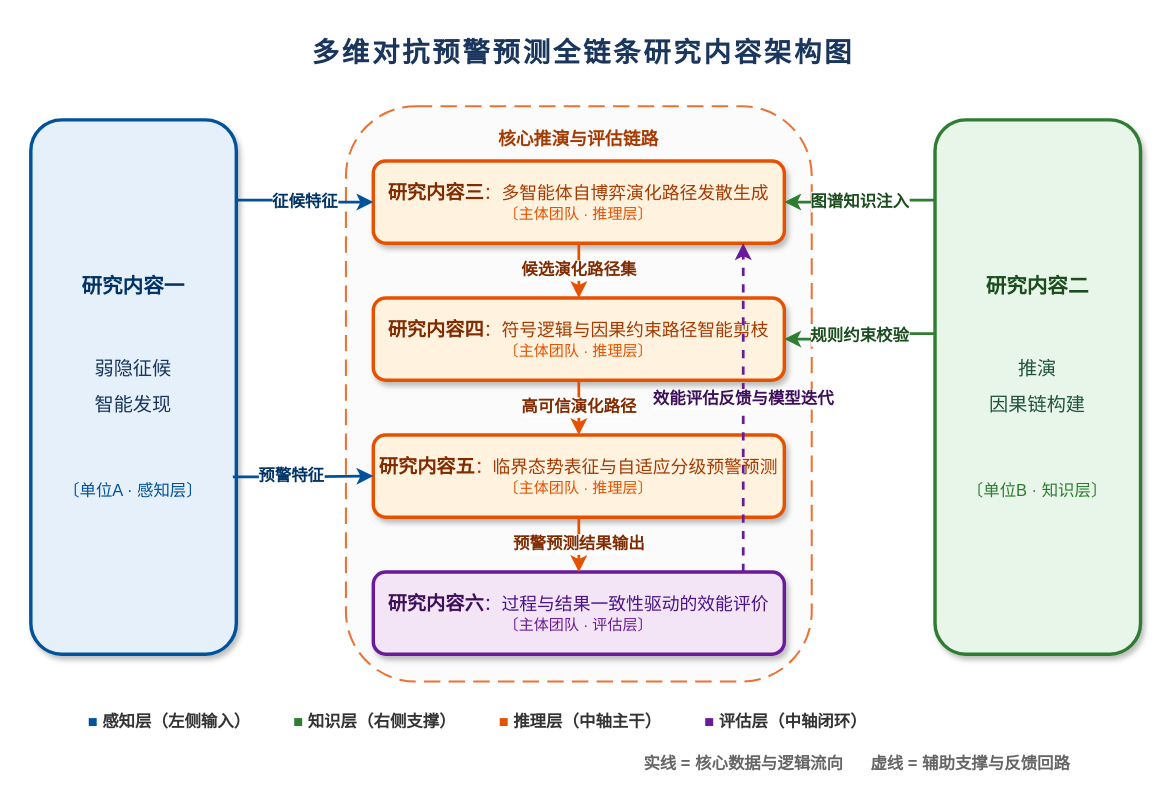
Above: L4/qiyuan.drawio in wangyanna1991/drawio (draw.io), before the change. Source tidied: cells renumbered, new cells numbered last; positions are measured from the earlier drawing's top-left corner, leaving out a move shared by most shapes. Both pictures are drawn from the tidied source at 137%, with x=0, y=0 at pixel (30, 23).
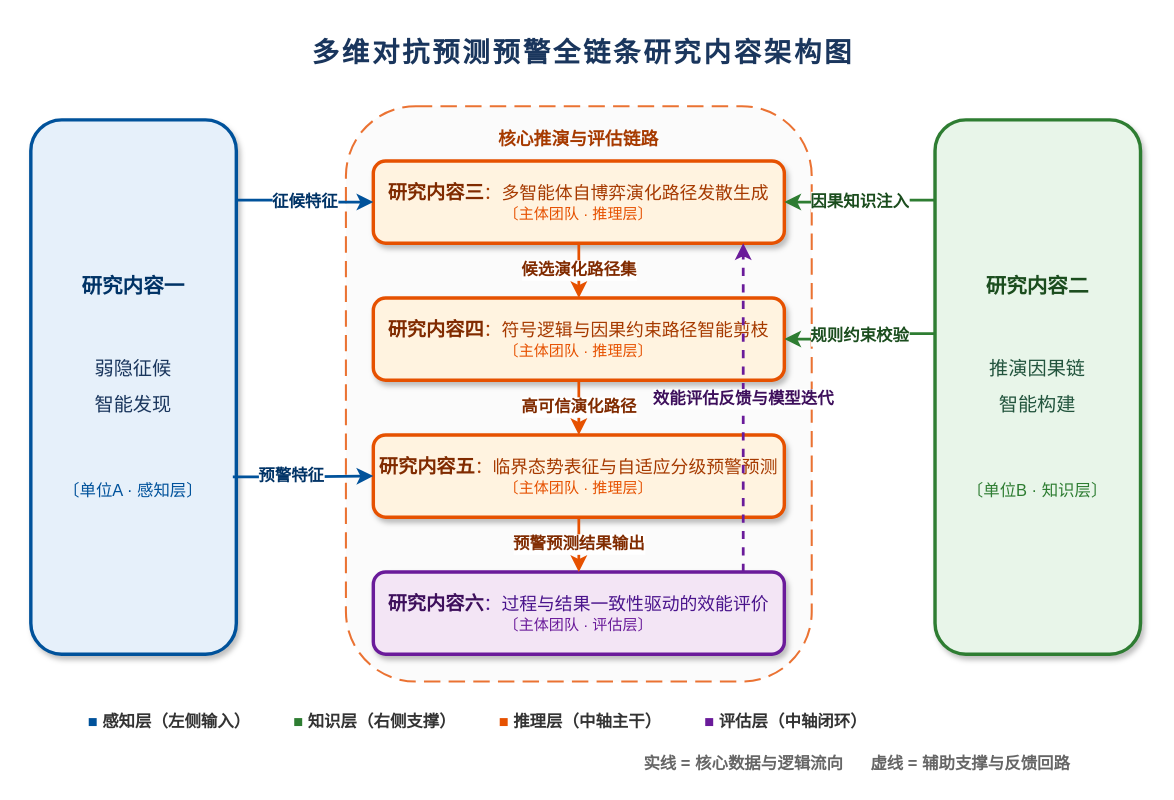
The same page after the edit.

Unchanged cells that the change refers to:
```xml
<mxCell id="6" value="&lt;b style=&quot;font-size:14px; color:#802B00;&quot;&gt;研究内容三&lt;/b&gt;&lt;span style=&quot;font-size:13px; color:#A63A00;&quot;&gt;：多智能体自博弈演化路径发散生成&lt;/span&gt;&lt;br&gt;&lt;font color=&quot;#E65100&quot; style=&quot;font-size:11px;&quot;&gt;〔主体团队 · 推理层〕&lt;/font&gt;" style="rounded=1;whiteSpace=wrap;html=1;fillColor=#FFF3E0;strokeColor=#E65100;verticalAlign=middle;strokeWidth=2.5;shadow=1;fontFamily=Microsoft YaHei;" parent="1" vertex="1">
  <mxGeometry x="250" y="100" width="300" height="60" as="geometry" />
</mxCell>
```

Diff of the diagram source:
```diff
@@
-    <mxCell id="2" value="&lt;b style=&quot;font-size:20px; font-family:'Microsoft YaHei', sans-serif; color:#1A365D; letter-spacing: 2px;&quot;&gt;多维对抗预警预测全链条研究内容架构图&lt;/b&gt;" style="text;html=1;align=center;verticalAlign=middle;" parent="1" vertex="1">
+    <mxCell id="2" value="&lt;b style=&quot;font-size: 20px; font-family: &amp;quot;Microsoft YaHei&amp;quot;, sans-serif; color: rgb(26, 54, 93); letter-spacing: 2px;&quot;&gt;多维对抗预测&lt;b style=&quot;color: rgb(26, 54, 93);&quot;&gt;预警&lt;/b&gt;全链条研究内容架构图&lt;/b&gt;" style="text;html=1;align=center;verticalAlign=middle;" parent="1" vertex="1">
       <mxGeometry x="103" width="600" height="40" as="geometry" />
     </mxCell>
@@
-    <mxCell id="5" value="&lt;b style=&quot;font-size: 15px; color: rgb(27, 77, 30);&quot;&gt;研究内容二&lt;/b&gt;&lt;br&gt;&lt;br&gt;&lt;span style=&quot;font-size: 14px; color: rgb(34, 84, 61); line-height: 1.8;&quot;&gt;&lt;br&gt;推演&lt;br&gt;因果链构建&lt;/span&gt;&lt;br&gt;&lt;br&gt;&lt;br&gt;&lt;br&gt;&lt;font color=&quot;#2E7D32&quot; style=&quot;font-size: 12px;&quot;&gt;〔单位B · 知识层〕&lt;/font&gt;" style="rounded=1;whiteSpace=wrap;html=1;fillColor=#E8F5E9;strokeColor=#2E7D32;verticalAlign=middle;strokeWidth=2.5;shadow=1;fontFamily=Microsoft YaHei;" parent="1" vertex="1">
+    <mxCell id="5" value="&lt;b style=&quot;font-size: 15px; color: rgb(27, 77, 30);&quot;&gt;研究内容二&lt;/b&gt;&lt;br&gt;&lt;br&gt;&lt;span style=&quot;font-size: 14px; color: rgb(34, 84, 61); line-height: 1.8;&quot;&gt;&lt;br&gt;推演因果链&lt;/span&gt;&lt;div&gt;&lt;span style=&quot;font-size: 14px; color: rgb(34, 84, 61); line-height: 1.8;&quot;&gt;智能构建&lt;/span&gt;&lt;br&gt;&lt;br&gt;&lt;br&gt;&lt;br&gt;&lt;font color=&quot;#2E7D32&quot; style=&quot;font-size: 12px;&quot;&gt;〔单位B · 知识层〕&lt;/font&gt;&lt;/div&gt;" style="rounded=1;whiteSpace=wrap;html=1;fillColor=#E8F5E9;strokeColor=#2E7D32;verticalAlign=middle;strokeWidth=2.5;shadow=1;fontFamily=Microsoft YaHei;" parent="1" vertex="1">
       <mxGeometry x="660" y="70" width="150" height="390" as="geometry" />
     </mxCell>
@@
-    <mxCell id="12" value="&lt;b style=&quot;font-size:12px&quot;&gt;图谱知识注入&lt;/b&gt;" style="edgeStyle=orthogonalEdgeStyle;rounded=1;jettySize=auto;html=1;strokeColor=#2E7D32;strokeWidth=2;exitX=0;exitY=0.15;exitDx=0;exitDy=0;entryX=1;entryY=0.5;entryDx=0;entryDy=0;labelBackgroundColor=#ffffff;fontColor=#1B4D1E;fontFamily=Microsoft YaHei;" parent="1" edge="1" source="5" target="6">
+    <mxCell id="12" value="&lt;b style=&quot;font-size:12px&quot;&gt;因果知识注入&lt;/b&gt;" style="edgeStyle=orthogonalEdgeStyle;rounded=1;jettySize=auto;html=1;strokeColor=#2E7D32;strokeWidth=2;exitX=0;exitY=0.15;exitDx=0;exitDy=0;entryX=1;entryY=0.5;entryDx=0;entryDy=0;labelBackgroundColor=#ffffff;fontColor=#1B4D1E;fontFamily=Microsoft YaHei;" parent="1" edge="1" source="5" target="6">
       <mxGeometry relative="1" as="geometry" />
     </mxCell>
```
